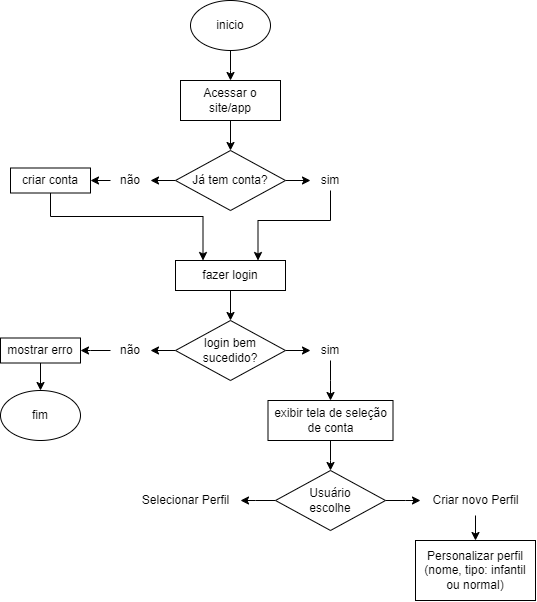
Before: fluxograma.drawio.png, a diagram exported from draw.io (Andynlx01/fluxograma.aprensa-o). Source tidied: cells renumbered, new cells last; positions are measured from the earlier drawing's top-left corner, leaving out a move shared by most shapes.
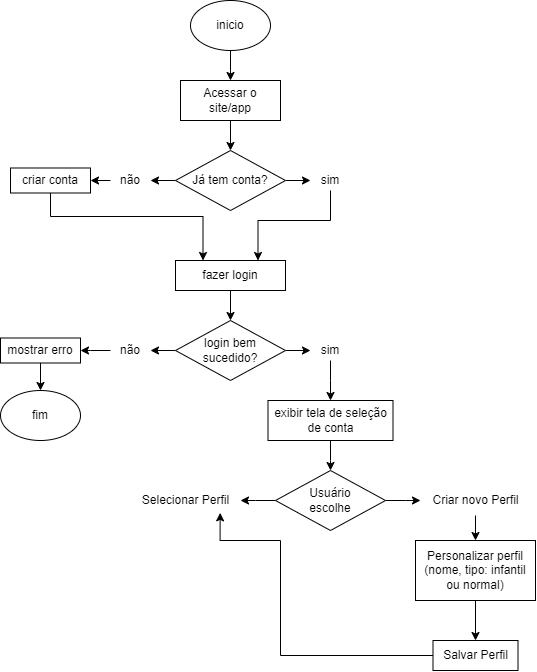
Above is the later version.

Diff of the diagram source:
```diff
@@ -139,8 +139,23 @@
     <mxCell id="35" value="Criar novo Perfil" style="text;html=1;align=center;verticalAlign=middle;points=[];strokeColor=none;fillColor=none;" parent="1" vertex="1">
       <mxGeometry x="420" y="485" width="110" height="30" as="geometry" />
     </mxCell>
+    <mxCell id="37" style="edgeStyle=orthogonalEdgeStyle;rounded=0;jettySize=auto;html=1;" parent="1" edge="1" source="36" target="39">
+      <mxGeometry relative="1" as="geometry" />
+    </mxCell>
     <mxCell id="36" value="Personalizar perfil&lt;div&gt;(nome, tipo: infantil ou normal)&lt;/div&gt;" style="rounded=0;whiteSpace=wrap;html=1;" parent="1" vertex="1">
       <mxGeometry x="415" y="540" width="120" height="60" as="geometry" />
     </mxCell>
+    <mxCell id="38" style="edgeStyle=orthogonalEdgeStyle;rounded=0;jettySize=auto;html=1;entryX=0.815;entryY=0.911;entryDx=0;entryDy=0;entryPerimeter=0;" parent="1" edge="1" source="39" target="33">
+      <mxGeometry relative="1" as="geometry">
+        <Array as="points">
+          <mxPoint x="280" y="655" />
+          <mxPoint x="280" y="540" />
+          <mxPoint x="220" y="540" />
+        </Array>
+      </mxGeometry>
+    </mxCell>
+    <mxCell id="39" value="Salvar Perfil" style="whiteSpace=wrap;html=1;rounded=0;" parent="1" vertex="1">
+      <mxGeometry x="432.5" y="640" width="85" height="30" as="geometry" />
+    </mxCell>
   </root>
 </mxGraphModel>
```
